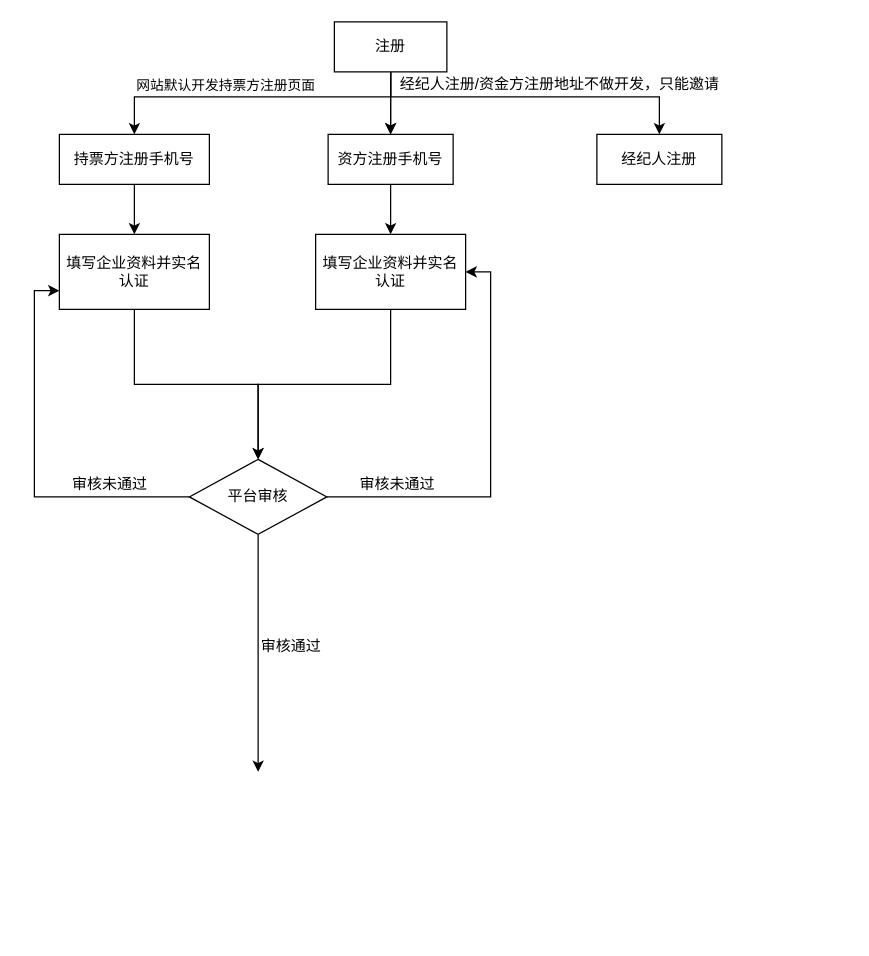
This is .github/Untitled Diagram.drawio from BringChen/bootstrap-fileinput, a draw.io file, before an edit. Source tidied: cells renumbered, new cells numbered last; positions are measured from the earlier drawing's top-left corner, leaving out a move shared by most shapes. Both pictures are drawn from the tidied source at 125%, with x=0, y=0 at pixel (59, 21).
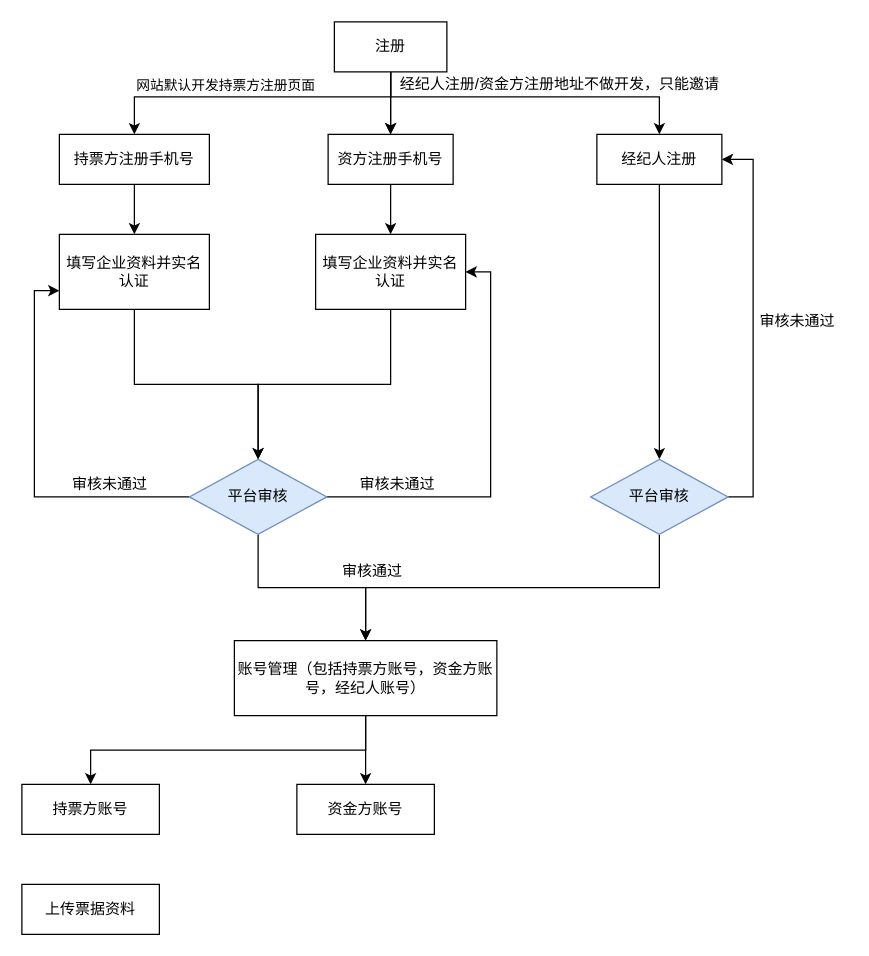
Above is the later version.

Unchanged cells that the change refers to:
```xml
<mxCell id="12" value="经纪人注册" style="rounded=0;whiteSpace=wrap;html=1;" parent="1" vertex="1">
  <mxGeometry x="430" y="90" width="100" height="40" as="geometry" />
</mxCell>
```

Change to the diagram source:
```diff
@@
+    <mxCell id="25" style="edgeStyle=orthogonalEdgeStyle;rounded=0;jettySize=auto;html=1;exitX=0.5;exitY=1;exitDx=0;exitDy=0;entryX=0.5;entryY=0;entryDx=0;entryDy=0;" parent="1" edge="1" source="12" target="32">
+      <mxGeometry relative="1" as="geometry" />
+    </mxCell>
@@
-    <mxCell id="19" style="edgeStyle=orthogonalEdgeStyle;rounded=0;jettySize=auto;html=1;exitX=0.5;exitY=1;exitDx=0;exitDy=0;" parent="1" edge="1" source="20">
-      <mxGeometry relative="1" as="geometry">
-        <mxPoint x="159" y="600" as="targetPoint" />
-      </mxGeometry>
-    </mxCell>
+    <mxCell id="26" style="edgeStyle=orthogonalEdgeStyle;rounded=0;jettySize=auto;html=1;exitX=0.5;exitY=1;exitDx=0;exitDy=0;entryX=0.5;entryY=0;entryDx=0;entryDy=0;" parent="1" edge="1" source="20" target="29">
+      <mxGeometry relative="1" as="geometry" />
+    </mxCell>
-    <mxCell id="20" value="平台审核" style="rhombus;whiteSpace=wrap;html=1;" parent="1" vertex="1">
+    <mxCell id="20" value="平台审核" style="rhombus;whiteSpace=wrap;html=1;fillColor=#dae8fc;strokeColor=#6c8ebf;" parent="1" vertex="1">
       <mxGeometry x="104" y="350" width="110" height="60" as="geometry" />
     </mxCell>
@@
     <mxCell id="23" value="审核通过" style="text;html=1;align=center;verticalAlign=middle;" parent="1" vertex="1">
-      <mxGeometry x="155" y="490" width="60" height="20" as="geometry" />
+      <mxGeometry x="220" y="430" width="60" height="20" as="geometry" />
     </mxCell>
@@
+    <mxCell id="27" style="edgeStyle=orthogonalEdgeStyle;rounded=0;jettySize=auto;html=1;exitX=0.5;exitY=1;exitDx=0;exitDy=0;entryX=0.5;entryY=0;entryDx=0;entryDy=0;" parent="1" edge="1" source="29" target="34">
+      <mxGeometry relative="1" as="geometry" />
+    </mxCell>
+    <mxCell id="28" style="edgeStyle=orthogonalEdgeStyle;rounded=0;jettySize=auto;html=1;exitX=0.5;exitY=1;exitDx=0;exitDy=0;entryX=0.5;entryY=0;entryDx=0;entryDy=0;" parent="1" edge="1" source="29" target="35">
+      <mxGeometry relative="1" as="geometry" />
+    </mxCell>
+    <mxCell id="29" value="账号管理（包括持票方账号，资金方账号，经纪人账号）" style="rounded=0;whiteSpace=wrap;html=1;" parent="1" vertex="1">
+      <mxGeometry x="140" y="495" width="210" height="60" as="geometry" />
+    </mxCell>
+    <mxCell id="30" style="edgeStyle=orthogonalEdgeStyle;rounded=0;jettySize=auto;html=1;exitX=1;exitY=0.5;exitDx=0;exitDy=0;entryX=1;entryY=0.5;entryDx=0;entryDy=0;" parent="1" edge="1" source="32" target="12">
+      <mxGeometry relative="1" as="geometry" />
+    </mxCell>
+    <mxCell id="31" style="edgeStyle=orthogonalEdgeStyle;rounded=0;jettySize=auto;html=1;exitX=0.5;exitY=1;exitDx=0;exitDy=0;entryX=0.5;entryY=0;entryDx=0;entryDy=0;" parent="1" edge="1" source="32" target="29">
+      <mxGeometry relative="1" as="geometry" />
+    </mxCell>
+    <mxCell id="32" value="平台审核" style="rhombus;whiteSpace=wrap;html=1;fillColor=#dae8fc;strokeColor=#6c8ebf;" parent="1" vertex="1">
+      <mxGeometry x="425" y="350" width="110" height="60" as="geometry" />
+    </mxCell>
+    <mxCell id="33" value="审核未通过" style="text;html=1;align=center;verticalAlign=middle;" parent="1" vertex="1">
+      <mxGeometry x="550" y="230" width="80" height="20" as="geometry" />
+    </mxCell>
+    <mxCell id="34" value="持票方账号" style="rounded=0;whiteSpace=wrap;html=1;" parent="1" vertex="1">
+      <mxGeometry x="-30" y="610" width="110" height="40" as="geometry" />
+    </mxCell>
+    <mxCell id="35" value="资金方账号" style="rounded=0;whiteSpace=wrap;html=1;" parent="1" vertex="1">
+      <mxGeometry x="190" y="610" width="110" height="40" as="geometry" />
+    </mxCell>
+    <mxCell id="36" value="上传票据资料" style="rounded=0;whiteSpace=wrap;html=1;" parent="1" vertex="1">
+      <mxGeometry x="-30" y="690" width="110" height="40" as="geometry" />
+    </mxCell>
```
